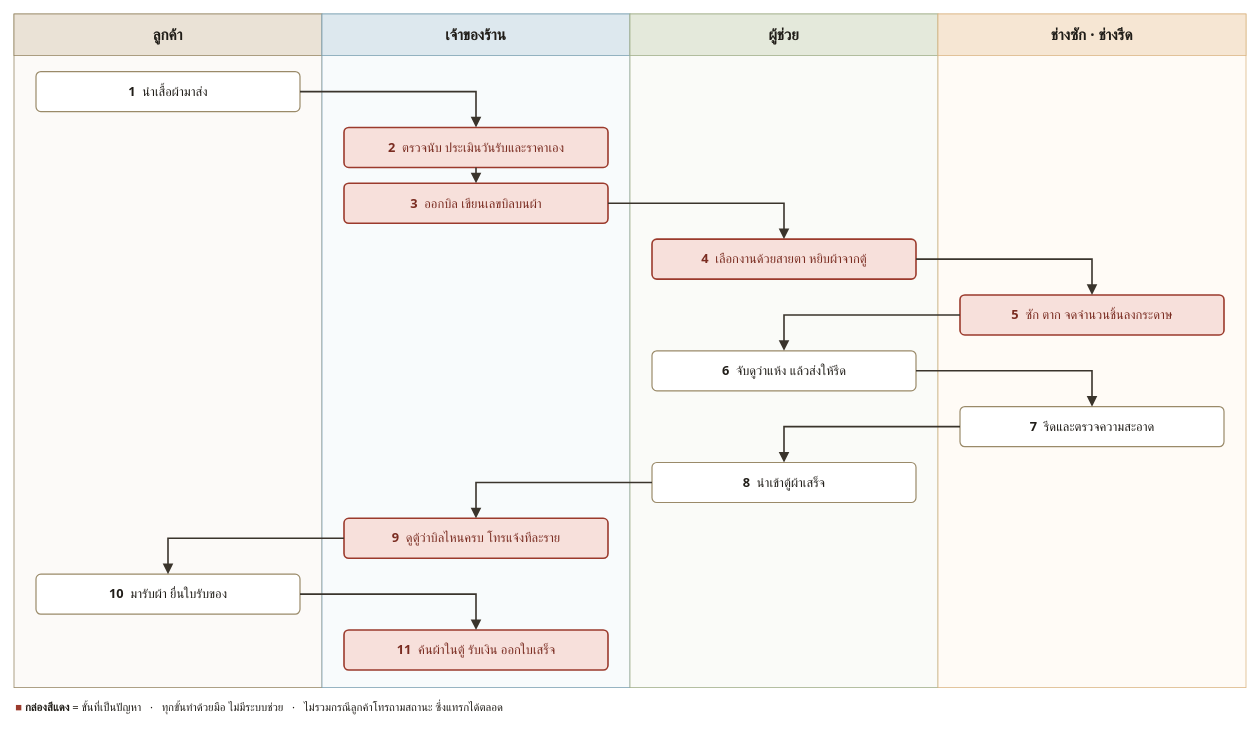
Before: page "2 AS-IS (vertical)" (3 of 10) of docs/proposal/proposal-diagrams.drawio in peeranat45/sriborisud-laundry, a draw.io diagram. Source tidied: cells renumbered, new cells numbered last; positions are measured from the earlier drawing's top-left corner, leaving out a move shared by most shapes. Both pictures are drawn from the tidied source at 80%, with x=0, y=0 at pixel (14, 14).
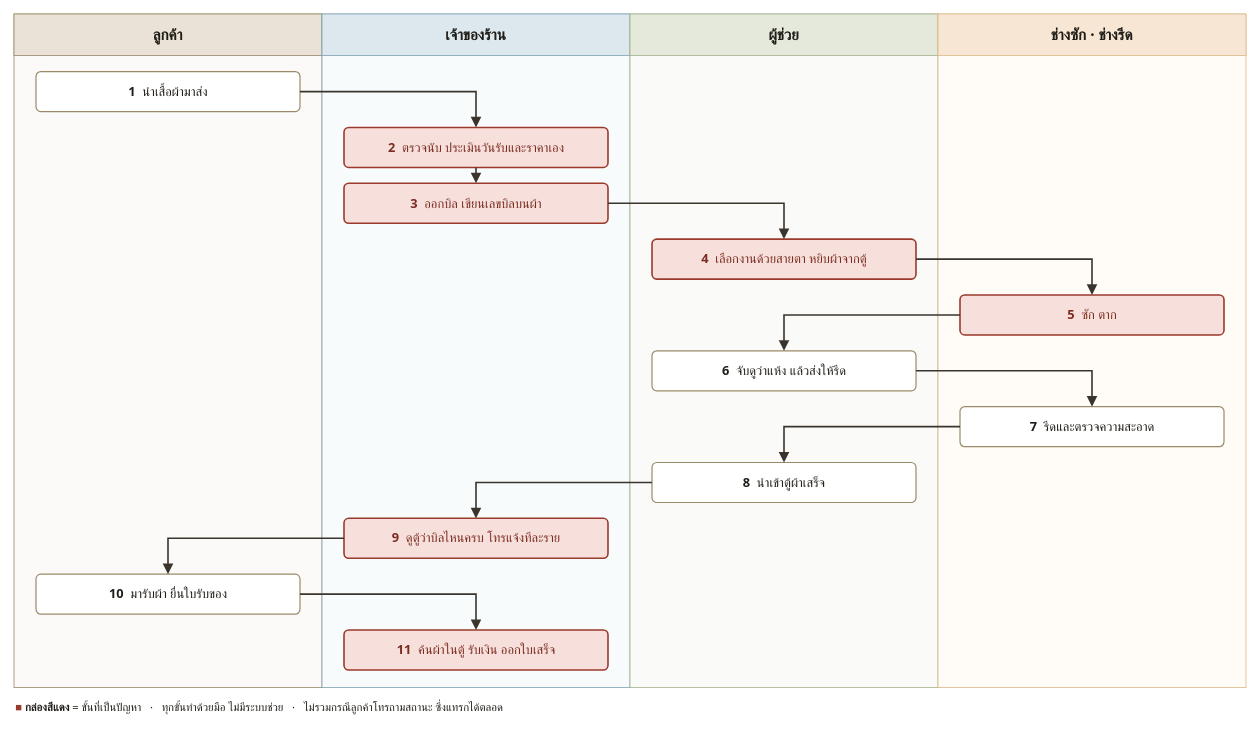
After the change.

The edit, as a diff of the source:
```diff
@@
-    <mxCell id="14" value="&lt;b&gt;5&lt;/b&gt;&amp;nbsp; ซัก ตาก จดจำนวนชิ้นลงกระดาษ" style="fontFamily=Tahoma;html=1;whiteSpace=wrap;rounded=1;arcSize=12;fillColor=#F7E0DB;strokeColor=#9B3A2C;fontColor=#7A2C21;fontSize=16;strokeWidth=1.5;strokeWidth=2;" parent="1" vertex="1">
+    <mxCell id="14" value="&lt;b&gt;5&lt;/b&gt;&amp;nbsp; ซัก ตาก" style="fontFamily=Tahoma;html=1;whiteSpace=wrap;rounded=1;arcSize=12;fillColor=#F7E0DB;strokeColor=#9B3A2C;fontColor=#7A2C21;fontSize=16;strokeWidth=1.5;strokeWidth=2;" parent="1" vertex="1">
       <mxGeometry x="1182.5" y="351.2" width="330" height="50" as="geometry" />
     </mxCell>
```
